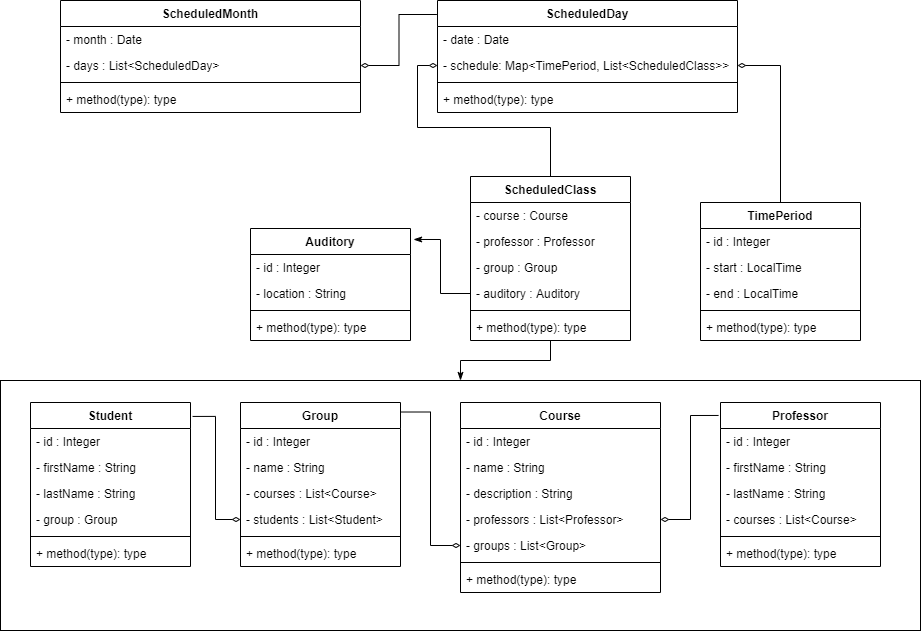
This is university.png from dahgor/university-timetable, a draw.io export, as it was before one commit. Source tidied: cells renumbered, new cells last; positions are measured from the earlier drawing's top-left corner, leaving out a move shared by most shapes.
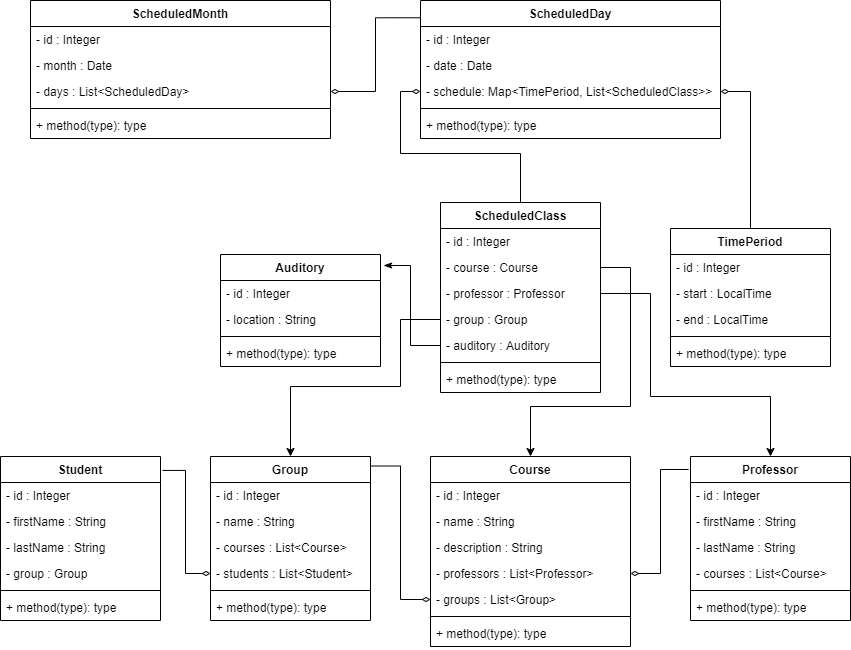
Later version of the same file.

Commit message:
Changed relations and added IDs

The edit, as a diff of the source:
```diff
@@ -18,25 +18,28 @@
       <mxGeometry y="86" width="160" height="26" as="geometry" />
     </mxCell>
     <mxCell id="7" value="ScheduledClass" style="swimlane;fontStyle=1;align=center;verticalAlign=top;horizontal=1;startSize=26;" parent="1" vertex="1">
-      <mxGeometry x="470" y="176" width="160" height="164" as="geometry" />
+      <mxGeometry x="470" y="176" width="160" height="190" as="geometry" />
     </mxCell>
+    <mxCell id="69" value="- id : Integer" style="text;strokeColor=none;fillColor=none;align=left;verticalAlign=top;spacingLeft=4;spacingRight=4;overflow=hidden;" parent="7" vertex="1">
+      <mxGeometry y="26" width="160" height="26" as="geometry" />
+    </mxCell>
     <mxCell id="8" value="- course : Course" style="text;strokeColor=none;fillColor=none;align=left;verticalAlign=top;spacingLeft=4;spacingRight=4;overflow=hidden;points=[[0,0.5],[1,0.5]];portConstraint=eastwest;" parent="7" vertex="1">
-      <mxGeometry y="26" width="160" height="26" as="geometry" />
+      <mxGeometry y="52" width="160" height="26" as="geometry" />
     </mxCell>
     <mxCell id="9" value="- professor : Professor" style="text;strokeColor=none;fillColor=none;align=left;verticalAlign=top;spacingLeft=4;spacingRight=4;overflow=hidden;points=[[0,0.5],[1,0.5]];portConstraint=eastwest;" parent="7" vertex="1">
-      <mxGeometry y="52" width="160" height="26" as="geometry" />
+      <mxGeometry y="78" width="160" height="26" as="geometry" />
     </mxCell>
     <mxCell id="10" value="- group : Group" style="text;strokeColor=none;fillColor=none;align=left;verticalAlign=top;spacingLeft=4;spacingRight=4;overflow=hidden;points=[[0,0.5],[1,0.5]];portConstraint=eastwest;" parent="7" vertex="1">
-      <mxGeometry y="78" width="160" height="26" as="geometry" />
+      <mxGeometry y="104" width="160" height="26" as="geometry" />
     </mxCell>
     <mxCell id="11" value="- auditory : Auditory" style="text;strokeColor=none;fillColor=none;align=left;verticalAlign=top;spacingLeft=4;spacingRight=4;overflow=hidden;points=[[0,0.5],[1,0.5]];portConstraint=eastwest;" parent="7" vertex="1">
-      <mxGeometry y="104" width="160" height="26" as="geometry" />
+      <mxGeometry y="130" width="160" height="26" as="geometry" />
     </mxCell>
     <mxCell id="12" style="line;strokeWidth=1;fillColor=none;align=left;verticalAlign=middle;spacingTop=-1;spacingLeft=3;spacingRight=3;labelPosition=right;" parent="7" vertex="1">
-      <mxGeometry y="130" width="160" height="8" as="geometry" />
+      <mxGeometry y="156" width="160" height="8" as="geometry" />
     </mxCell>
     <mxCell id="13" value="+ method(type): type" style="text;strokeColor=none;fillColor=none;align=left;verticalAlign=top;spacingLeft=4;spacingRight=4;overflow=hidden;points=[[0,0.5],[1,0.5]];portConstraint=eastwest;" parent="7" vertex="1">
-      <mxGeometry y="138" width="160" height="26" as="geometry" />
+      <mxGeometry y="164" width="160" height="26" as="geometry" />
     </mxCell>
     <mxCell id="14" style="edgeStyle=orthogonalEdgeStyle;rounded=0;jettySize=auto;html=1;exitX=0;exitY=0.5;exitDx=0;exitDy=0;entryX=1.019;entryY=0.098;entryDx=0;entryDy=0;entryPerimeter=0;startArrow=none;startFill=0;endArrow=classicThin;endFill=1;" parent="1" edge="1" source="11" target="2">
       <mxGeometry relative="1" as="geometry" />
@@ -60,28 +63,52 @@
       <mxGeometry y="112" width="160" height="26" as="geometry" />
     </mxCell>
     <mxCell id="21" value="ScheduledDay" style="swimlane;fontStyle=1;align=center;verticalAlign=top;horizontal=1;startSize=26;" parent="1" vertex="1">
-      <mxGeometry x="437" width="300" height="112" as="geometry" />
+      <mxGeometry x="450" y="-26" width="300" height="138" as="geometry" />
     </mxCell>
+    <mxCell id="70" value="- id : Integer" style="text;strokeColor=none;fillColor=none;align=left;verticalAlign=top;spacingLeft=4;spacingRight=4;overflow=hidden;" parent="21" vertex="1">
+      <mxGeometry y="26" width="300" height="26" as="geometry" />
+    </mxCell>
     <mxCell id="22" value="- date : Date" style="text;strokeColor=none;fillColor=none;align=left;verticalAlign=top;spacingLeft=4;spacingRight=4;overflow=hidden;" parent="21" vertex="1">
-      <mxGeometry y="26" width="300" height="26" as="geometry" />
+      <mxGeometry y="52" width="300" height="26" as="geometry" />
     </mxCell>
     <mxCell id="23" value="- schedule: Map&lt;TimePeriod, List&lt;ScheduledClass&gt;&gt;" style="text;strokeColor=none;fillColor=none;align=left;verticalAlign=top;spacingLeft=4;spacingRight=4;overflow=hidden;points=[[0,0.5],[1,0.5]];portConstraint=eastwest;" parent="21" vertex="1">
-      <mxGeometry y="52" width="300" height="26" as="geometry" />
+      <mxGeometry y="78" width="300" height="26" as="geometry" />
     </mxCell>
     <mxCell id="24" style="line;strokeWidth=1;fillColor=none;align=left;verticalAlign=middle;spacingTop=-1;spacingLeft=3;spacingRight=3;labelPosition=right;" parent="21" vertex="1">
-      <mxGeometry y="78" width="300" height="8" as="geometry" />
+      <mxGeometry y="104" width="300" height="8" as="geometry" />
     </mxCell>
     <mxCell id="25" value="+ method(type): type" style="text;strokeColor=none;fillColor=none;align=left;verticalAlign=top;spacingLeft=4;spacingRight=4;overflow=hidden;" parent="21" vertex="1">
-      <mxGeometry y="86" width="300" height="26" as="geometry" />
+      <mxGeometry y="112" width="300" height="26" as="geometry" />
     </mxCell>
-    <mxCell id="26" style="group;" parent="1" vertex="1">
-      <mxGeometry y="380" width="920" height="250" as="geometry" />
-    </mxCell>
-    <mxCell id="27" style="rounded=0;whiteSpace=wrap;html=1;fillColor=none;" parent="26" vertex="1">
-      <mxGeometry width="920" height="250" as="geometry" />
-    </mxCell>
+    <mxCell id="60" value="ScheduledMonth" style="swimlane;fontStyle=1;align=center;verticalAlign=top;horizontal=1;startSize=26;" parent="1" vertex="1">
+      <mxGeometry x="60" y="-26" width="300" height="138" as="geometry" />
+    </mxCell>
+    <mxCell id="71" value="- id : Integer" style="text;strokeColor=none;fillColor=none;align=left;verticalAlign=top;spacingLeft=4;spacingRight=4;overflow=hidden;" parent="60" vertex="1">
+      <mxGeometry y="26" width="300" height="26" as="geometry" />
+    </mxCell>
+    <mxCell id="61" value="- month : Date" style="text;strokeColor=none;fillColor=none;align=left;verticalAlign=top;spacingLeft=4;spacingRight=4;overflow=hidden;" parent="60" vertex="1">
+      <mxGeometry y="52" width="300" height="26" as="geometry" />
+    </mxCell>
+    <mxCell id="62" value="- days : List&lt;ScheduledDay&gt;" style="text;strokeColor=none;fillColor=none;align=left;verticalAlign=top;spacingLeft=4;spacingRight=4;overflow=hidden;points=[[0,0.5],[1,0.5]];portConstraint=eastwest;" parent="60" vertex="1">
+      <mxGeometry y="78" width="300" height="26" as="geometry" />
+    </mxCell>
+    <mxCell id="63" style="line;strokeWidth=1;fillColor=none;align=left;verticalAlign=middle;spacingTop=-1;spacingLeft=3;spacingRight=3;labelPosition=right;" parent="60" vertex="1">
+      <mxGeometry y="104" width="300" height="8" as="geometry" />
+    </mxCell>
+    <mxCell id="64" value="+ method(type): type" style="text;strokeColor=none;fillColor=none;align=left;verticalAlign=top;spacingLeft=4;spacingRight=4;overflow=hidden;" parent="60" vertex="1">
+      <mxGeometry y="112" width="300" height="26" as="geometry" />
+    </mxCell>
+    <mxCell id="65" style="edgeStyle=orthogonalEdgeStyle;rounded=0;jettySize=auto;html=1;exitX=1;exitY=0.5;exitDx=0;exitDy=0;entryX=-0.002;entryY=0.125;entryDx=0;entryDy=0;startArrow=diamondThin;startFill=0;endArrow=none;endFill=0;entryPerimeter=0;" parent="1" edge="1" source="62" target="21">
+      <mxGeometry relative="1" as="geometry" />
+    </mxCell>
+    <mxCell id="67" style="edgeStyle=orthogonalEdgeStyle;rounded=0;jettySize=auto;html=1;exitX=0;exitY=0.5;exitDx=0;exitDy=0;entryX=0.5;entryY=0;entryDx=0;entryDy=0;startArrow=diamondThin;startFill=0;endArrow=none;endFill=0;" parent="1" edge="1" source="23" target="7">
+      <mxGeometry relative="1" as="geometry" />
+    </mxCell>
+    <mxCell id="68" style="edgeStyle=orthogonalEdgeStyle;rounded=0;jettySize=auto;html=1;exitX=1;exitY=0.5;exitDx=0;exitDy=0;entryX=0.5;entryY=0;entryDx=0;entryDy=0;startArrow=diamondThin;startFill=0;endArrow=none;endFill=0;" parent="1" edge="1" source="23" target="15">
+      <mxGeometry relative="1" as="geometry" />
+    </mxCell>
-    <mxCell id="28" value="Student" style="swimlane;fontStyle=1;align=center;verticalAlign=top;horizontal=1;startSize=26;" parent="26" vertex="1">
-      <mxGeometry x="30" y="22" width="160" height="164" as="geometry" />
+    <mxCell id="28" value="Student" style="swimlane;fontStyle=1;align=center;verticalAlign=top;horizontal=1;startSize=26;" parent="1" vertex="1">
+      <mxGeometry x="30" y="430" width="160" height="164" as="geometry" />
     </mxCell>
     <mxCell id="29" value="- id : Integer" style="text;strokeColor=none;fillColor=none;align=left;verticalAlign=top;spacingLeft=4;spacingRight=4;overflow=hidden;" parent="28" vertex="1">
       <mxGeometry y="26" width="160" height="26" as="geometry" />
@@ -101,8 +128,8 @@
     <mxCell id="34" value="+ method(type): type" style="text;strokeColor=none;fillColor=none;align=left;verticalAlign=top;spacingLeft=4;spacingRight=4;overflow=hidden;" parent="28" vertex="1">
       <mxGeometry y="138" width="160" height="26" as="geometry" />
     </mxCell>
-    <mxCell id="35" value="Group" style="swimlane;fontStyle=1;align=center;verticalAlign=top;horizontal=1;startSize=26;" parent="26" vertex="1">
-      <mxGeometry x="240" y="22" width="160" height="164" as="geometry" />
+    <mxCell id="35" value="Group" style="swimlane;fontStyle=1;align=center;verticalAlign=top;horizontal=1;startSize=26;" parent="1" vertex="1">
+      <mxGeometry x="240" y="430" width="160" height="164" as="geometry" />
     </mxCell>
     <mxCell id="36" value="- id : Integer" style="text;strokeColor=none;fillColor=none;align=left;verticalAlign=top;spacingLeft=4;spacingRight=4;overflow=hidden;" parent="35" vertex="1">
       <mxGeometry y="26" width="160" height="26" as="geometry" />
@@ -122,8 +149,8 @@
     <mxCell id="41" value="+ method(type): type" style="text;strokeColor=none;fillColor=none;align=left;verticalAlign=top;spacingLeft=4;spacingRight=4;overflow=hidden;" parent="35" vertex="1">
       <mxGeometry y="138" width="160" height="26" as="geometry" />
     </mxCell>
-    <mxCell id="42" value="Course" style="swimlane;fontStyle=1;align=center;verticalAlign=top;horizontal=1;startSize=26;" parent="26" vertex="1">
-      <mxGeometry x="460" y="22" width="200" height="190" as="geometry" />
+    <mxCell id="42" value="Course" style="swimlane;fontStyle=1;align=center;verticalAlign=top;horizontal=1;startSize=26;" parent="1" vertex="1">
+      <mxGeometry x="460" y="430" width="200" height="190" as="geometry" />
     </mxCell>
     <mxCell id="43" value="- id : Integer" style="text;strokeColor=none;fillColor=none;align=left;verticalAlign=top;spacingLeft=4;spacingRight=4;overflow=hidden;" parent="42" vertex="1">
       <mxGeometry y="26" width="200" height="26" as="geometry" />
@@ -146,8 +173,8 @@
     <mxCell id="49" value="+ method(type): type" style="text;strokeColor=none;fillColor=none;align=left;verticalAlign=top;spacingLeft=4;spacingRight=4;overflow=hidden;" parent="42" vertex="1">
       <mxGeometry y="164" width="200" height="26" as="geometry" />
     </mxCell>
-    <mxCell id="50" value="Professor" style="swimlane;fontStyle=1;align=center;verticalAlign=top;horizontal=1;startSize=26;" parent="26" vertex="1">
-      <mxGeometry x="720" y="22" width="160" height="164" as="geometry" />
+    <mxCell id="50" value="Professor" style="swimlane;fontStyle=1;align=center;verticalAlign=top;horizontal=1;startSize=26;" parent="1" vertex="1">
+      <mxGeometry x="720" y="430" width="160" height="164" as="geometry" />
     </mxCell>
     <mxCell id="51" value="- id : Integer" style="text;strokeColor=none;fillColor=none;align=left;verticalAlign=top;spacingLeft=4;spacingRight=4;overflow=hidden;" parent="50" vertex="1">
       <mxGeometry y="26" width="160" height="26" as="geometry" />
@@ -167,41 +194,41 @@
     <mxCell id="56" value="+ method(type): type" style="text;strokeColor=none;fillColor=none;align=left;verticalAlign=top;spacingLeft=4;spacingRight=4;overflow=hidden;" parent="50" vertex="1">
       <mxGeometry y="138" width="160" height="26" as="geometry" />
     </mxCell>
-    <mxCell id="57" style="edgeStyle=orthogonalEdgeStyle;rounded=0;jettySize=auto;html=1;exitX=0;exitY=0.5;exitDx=0;exitDy=0;entryX=1.013;entryY=0.085;entryDx=0;entryDy=0;entryPerimeter=0;startArrow=diamondThin;startFill=0;endArrow=none;endFill=0;" parent="26" edge="1" source="39" target="28">
-      <mxGeometry relative="1" as="geometry" />
+    <mxCell id="57" style="edgeStyle=orthogonalEdgeStyle;rounded=0;jettySize=auto;html=1;exitX=0;exitY=0.5;exitDx=0;exitDy=0;entryX=1.013;entryY=0.085;entryDx=0;entryDy=0;entryPerimeter=0;startArrow=diamondThin;startFill=0;endArrow=none;endFill=0;" parent="1" edge="1" source="39" target="28">
+      <mxGeometry x="480" y="-162" as="geometry" />
     </mxCell>
-    <mxCell id="58" style="edgeStyle=orthogonalEdgeStyle;rounded=0;jettySize=auto;html=1;exitX=0;exitY=0.5;exitDx=0;exitDy=0;startArrow=diamondThin;startFill=0;endArrow=none;endFill=0;entryX=1.006;entryY=0.058;entryDx=0;entryDy=0;entryPerimeter=0;" parent="26" edge="1" source="47" target="35">
-      <mxGeometry relative="1" as="geometry" />
+    <mxCell id="58" style="edgeStyle=orthogonalEdgeStyle;rounded=0;jettySize=auto;html=1;exitX=0;exitY=0.5;exitDx=0;exitDy=0;startArrow=diamondThin;startFill=0;endArrow=none;endFill=0;entryX=1.006;entryY=0.058;entryDx=0;entryDy=0;entryPerimeter=0;" parent="1" edge="1" source="47" target="35">
+      <mxGeometry x="480" y="-162" as="geometry" />
     </mxCell>
-    <mxCell id="59" style="edgeStyle=orthogonalEdgeStyle;rounded=0;jettySize=auto;html=1;exitX=1;exitY=0.5;exitDx=0;exitDy=0;startArrow=diamondThin;startFill=0;endArrow=none;endFill=0;entryX=-0.012;entryY=0.079;entryDx=0;entryDy=0;entryPerimeter=0;" parent="26" edge="1" source="46" target="50">
-      <mxGeometry relative="1" as="geometry" />
+    <mxCell id="59" style="edgeStyle=orthogonalEdgeStyle;rounded=0;jettySize=auto;html=1;exitX=1;exitY=0.5;exitDx=0;exitDy=0;startArrow=diamondThin;startFill=0;endArrow=none;endFill=0;entryX=-0.012;entryY=0.079;entryDx=0;entryDy=0;entryPerimeter=0;" parent="1" edge="1" source="46" target="50">
+      <mxGeometry x="480" y="-162" as="geometry" />
     </mxCell>
-    <mxCell id="60" value="ScheduledMonth" style="swimlane;fontStyle=1;align=center;verticalAlign=top;horizontal=1;startSize=26;" parent="1" vertex="1">
-      <mxGeometry x="60" width="300" height="112" as="geometry" />
-    </mxCell>
-    <mxCell id="61" value="- month : Date" style="text;strokeColor=none;fillColor=none;align=left;verticalAlign=top;spacingLeft=4;spacingRight=4;overflow=hidden;" parent="60" vertex="1">
-      <mxGeometry y="26" width="300" height="26" as="geometry" />
-    </mxCell>
-    <mxCell id="62" value="- days : List&lt;ScheduledDay&gt;" style="text;strokeColor=none;fillColor=none;align=left;verticalAlign=top;spacingLeft=4;spacingRight=4;overflow=hidden;points=[[0,0.5],[1,0.5]];portConstraint=eastwest;" parent="60" vertex="1">
-      <mxGeometry y="52" width="300" height="26" as="geometry" />
-    </mxCell>
-    <mxCell id="63" style="line;strokeWidth=1;fillColor=none;align=left;verticalAlign=middle;spacingTop=-1;spacingLeft=3;spacingRight=3;labelPosition=right;" parent="60" vertex="1">
-      <mxGeometry y="78" width="300" height="8" as="geometry" />
-    </mxCell>
-    <mxCell id="64" value="+ method(type): type" style="text;strokeColor=none;fillColor=none;align=left;verticalAlign=top;spacingLeft=4;spacingRight=4;overflow=hidden;" parent="60" vertex="1">
-      <mxGeometry y="86" width="300" height="26" as="geometry" />
-    </mxCell>
-    <mxCell id="65" style="edgeStyle=orthogonalEdgeStyle;rounded=0;jettySize=auto;html=1;exitX=1;exitY=0.5;exitDx=0;exitDy=0;entryX=-0.002;entryY=0.125;entryDx=0;entryDy=0;startArrow=diamondThin;startFill=0;endArrow=none;endFill=0;entryPerimeter=0;" parent="1" edge="1" source="62" target="21">
-      <mxGeometry relative="1" as="geometry" />
-    </mxCell>
-    <mxCell id="66" style="edgeStyle=orthogonalEdgeStyle;rounded=0;jettySize=auto;html=1;exitX=0.5;exitY=0;exitDx=0;exitDy=0;startArrow=classicThin;startFill=1;endArrow=none;endFill=0;entryX=0.5;entryY=1;entryDx=0;entryDy=0;entryPerimeter=0;" parent="1" edge="1" source="27" target="13">
-      <mxGeometry relative="1" as="geometry" />
-    </mxCell>
-    <mxCell id="67" style="edgeStyle=orthogonalEdgeStyle;rounded=0;jettySize=auto;html=1;exitX=0;exitY=0.5;exitDx=0;exitDy=0;entryX=0.5;entryY=0;entryDx=0;entryDy=0;startArrow=diamondThin;startFill=0;endArrow=none;endFill=0;" parent="1" edge="1" source="23" target="7">
-      <mxGeometry relative="1" as="geometry" />
-    </mxCell>
-    <mxCell id="68" style="edgeStyle=orthogonalEdgeStyle;rounded=0;jettySize=auto;html=1;exitX=1;exitY=0.5;exitDx=0;exitDy=0;entryX=0.5;entryY=0;entryDx=0;entryDy=0;startArrow=diamondThin;startFill=0;endArrow=none;endFill=0;" parent="1" edge="1" source="23" target="15">
-      <mxGeometry relative="1" as="geometry" />
-    </mxCell>
+    <mxCell id="72" style="edgeStyle=orthogonalEdgeStyle;rounded=0;jettySize=auto;html=1;exitX=1;exitY=0.5;exitDx=0;exitDy=0;entryX=0.5;entryY=0;entryDx=0;entryDy=0;startArrow=none;startFill=0;endArrow=classic;endFill=1;" parent="1" edge="1" source="9" target="50">
+      <mxGeometry relative="1" as="geometry">
+        <Array as="points">
+          <mxPoint x="680" y="267" />
+          <mxPoint x="680" y="370" />
+          <mxPoint x="800" y="370" />
+        </Array>
+      </mxGeometry>
+    </mxCell>
+    <mxCell id="73" style="edgeStyle=orthogonalEdgeStyle;rounded=0;jettySize=auto;html=1;exitX=1;exitY=0.5;exitDx=0;exitDy=0;entryX=0.5;entryY=0;entryDx=0;entryDy=0;startArrow=none;startFill=0;endArrow=classic;endFill=1;" parent="1" edge="1" source="8" target="42">
+      <mxGeometry relative="1" as="geometry">
+        <Array as="points">
+          <mxPoint x="660" y="241" />
+          <mxPoint x="660" y="380" />
+          <mxPoint x="560" y="380" />
+        </Array>
+      </mxGeometry>
+    </mxCell>
+    <mxCell id="74" style="edgeStyle=orthogonalEdgeStyle;rounded=0;jettySize=auto;html=1;exitX=0;exitY=0.5;exitDx=0;exitDy=0;entryX=0.5;entryY=0;entryDx=0;entryDy=0;startArrow=none;startFill=0;endArrow=classic;endFill=1;" parent="1" edge="1" source="10" target="35">
+      <mxGeometry relative="1" as="geometry">
+        <Array as="points">
+          <mxPoint x="430" y="293" />
+          <mxPoint x="430" y="360" />
+          <mxPoint x="320" y="360" />
+        </Array>
+      </mxGeometry>
+    </mxCell>
   </root>
 </mxGraphModel>
```
